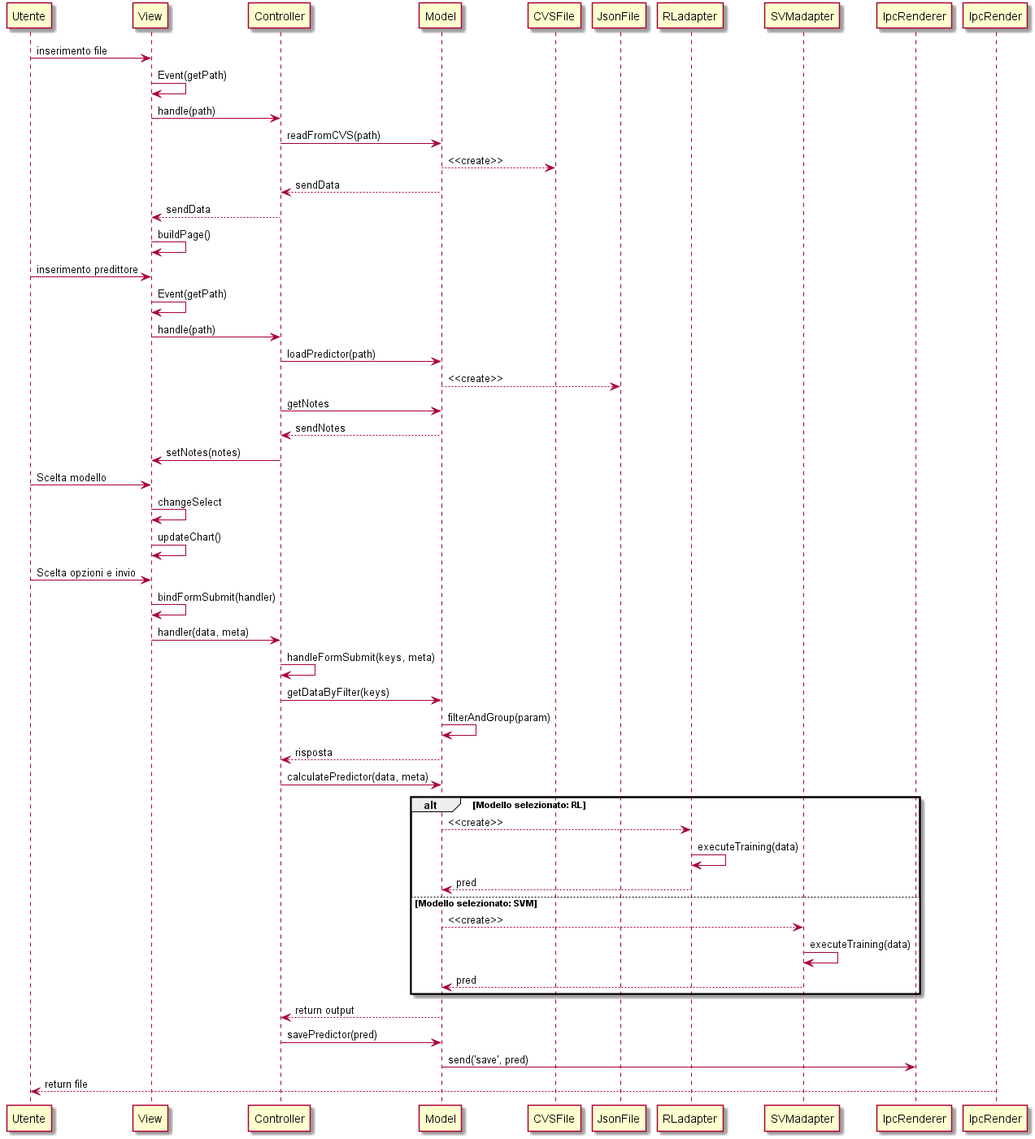
Above: esterni/manuale-sviluppatore/components/img/sequenceDiagramConP.png in sofiabononi/project-docs (PlantUML), before the change.
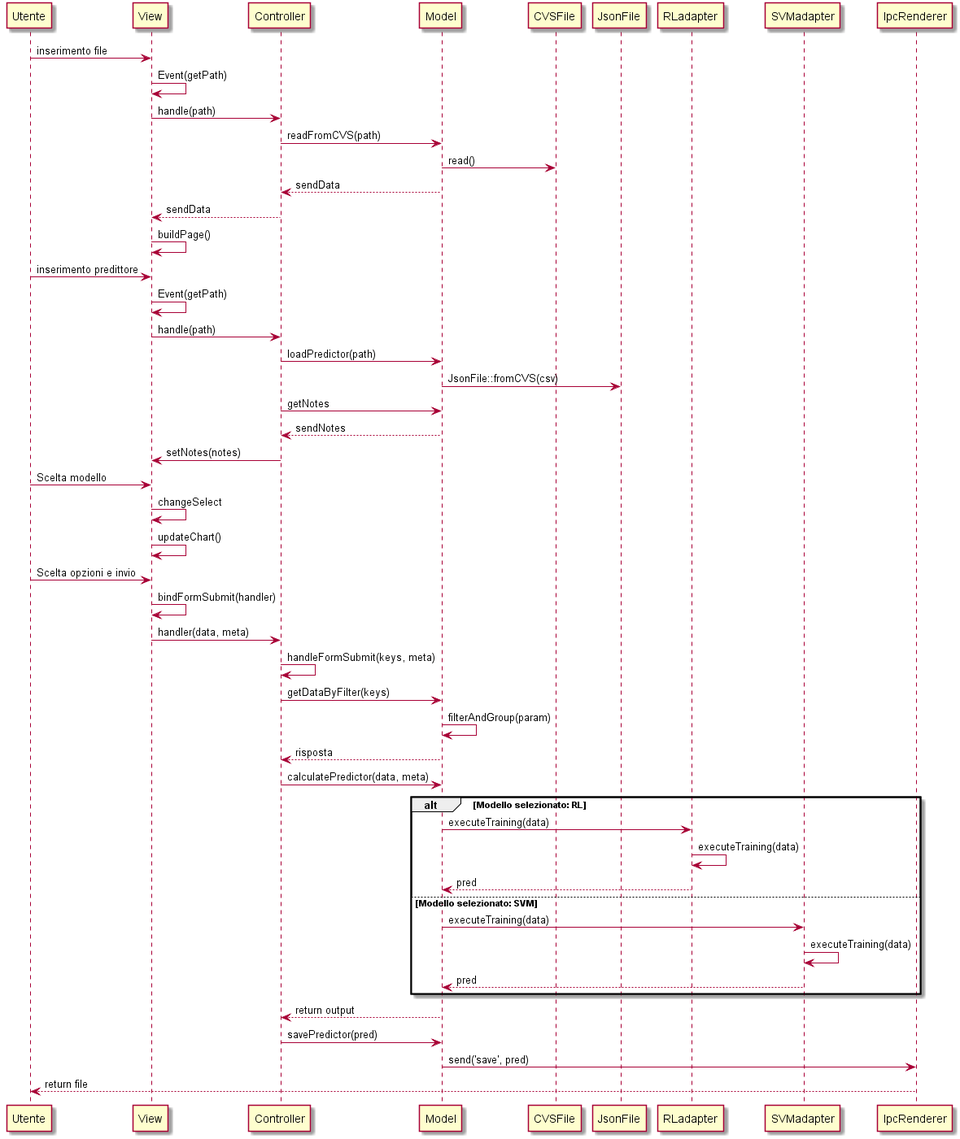
After the change.

Change to the diagram source:
```diff
@@ -6,7 +6,7 @@
 
 Controller -> Model: readFromCVS(path)
 
-Model --> CVSFile: <<create>>
+Model -> CVSFile: read()
 
 Model --> Controller: sendData
 Controller --> View: sendData
@@ -20,7 +20,7 @@
 
 Controller -> Model: loadPredictor(path)
 
-Model --> JsonFile: <<create>>
+Model -> JsonFile: JsonFile::fromCVS(csv)
 
 Controller -> Model: getNotes
 Model --> Controller: sendNotes
@@ -46,12 +46,12 @@
 Controller -> Model: calculatePredictor(data, meta)
 
 alt Modello selezionato: RL
-Model --> RLadapter: <<create>>
+Model -> RLadapter: executeTraining(data)
 RLadapter -> RLadapter: executeTraining(data)
 RLadapter --> Model: pred
 
 else Modello selezionato: SVM
-Model --> SVMadapter: <<create>>
+Model -> SVMadapter: executeTraining(data)
 SVMadapter -> SVMadapter: executeTraining(data)
 SVMadapter --> Model: pred
 end
@@ -63,6 +63,6 @@
 
 Model -> IpcRenderer: send('save', pred)
 
-IpcRender --> Utente: return file
+IpcRenderer --> Utente: return file
 
 @enduml
```
